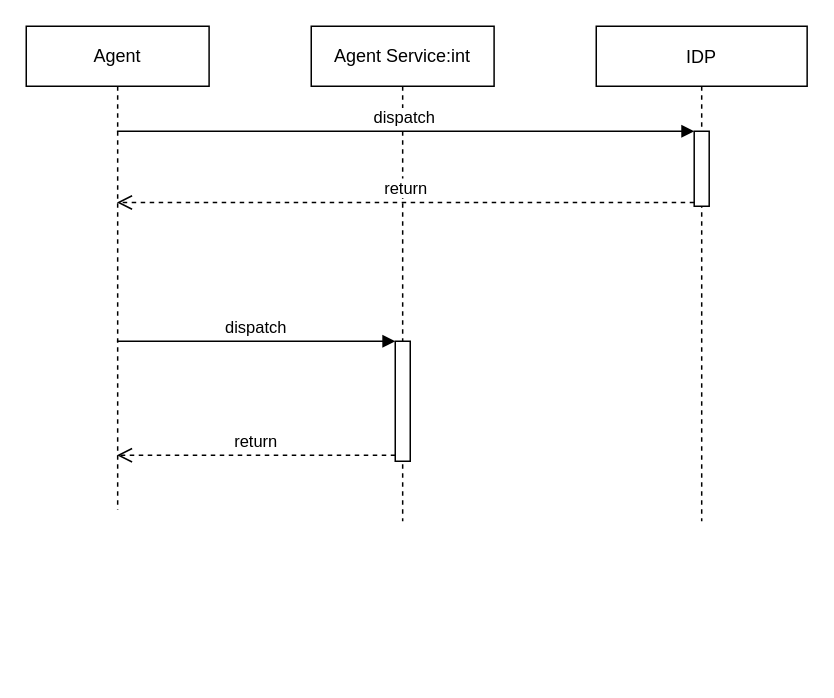
Above: page "Page-4" (4 of 4) of drawio/SASEONE Diagram.drawio in yubowen0525/ImageStorage (draw.io), before the change. Source tidied: cells renumbered, new cells numbered last; positions are measured from the earlier drawing's top-left corner, leaving out a move shared by most shapes. Both pictures are drawn from the tidied source at 150%, with x=0, y=0 at pixel (26, 26).
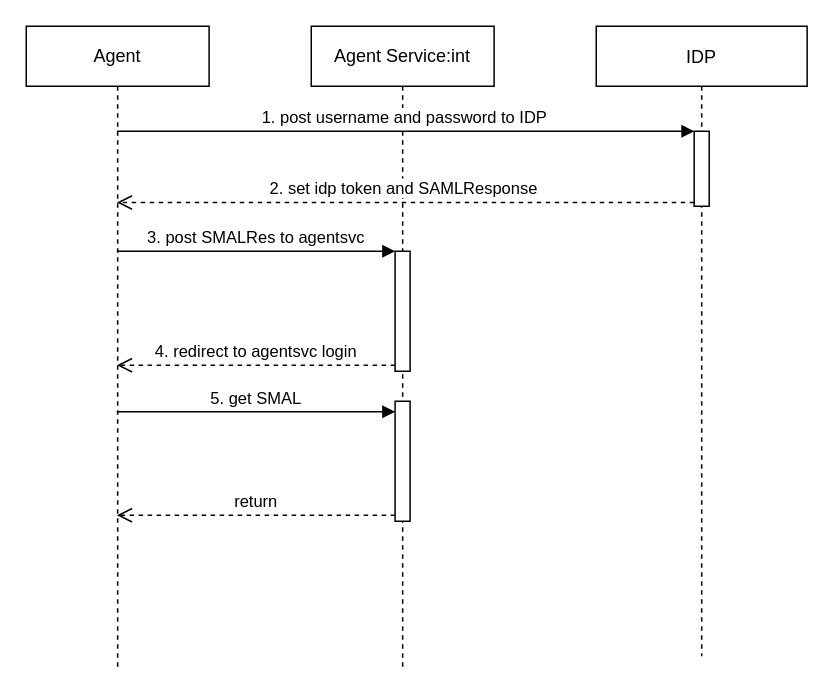
The same diagram, later.

Diff of the diagram source:
```diff
@@
 <mxGraphModel>
   <root>
     <mxCell id="0" />
     <mxCell id="1" parent="0" />
     <mxCell id="2" value="Agent" style="shape=umlLifeline;perimeter=lifelinePerimeter;whiteSpace=wrap;html=1;outlineConnect=0;" parent="1" vertex="1">
-      <mxGeometry width="121.9" height="322.3" as="geometry" />
+      <mxGeometry width="121.9" height="430" as="geometry" />
     </mxCell>
     <mxCell id="3" value="IDP" style="shape=umlLifeline;perimeter=lifelinePerimeter;rounded=0;shadow=0;strokeWidth=1;" parent="1" vertex="1">
-      <mxGeometry x="380" width="140.6" height="330" as="geometry" />
+      <mxGeometry x="380" width="140.6" height="420" as="geometry" />
     </mxCell>
     <mxCell id="4" style="html=1;points=[];perimeter=orthogonalPerimeter;" parent="3" vertex="1">
       <mxGeometry x="65.3" y="70" width="10" height="50" as="geometry" />
     </mxCell>
     <mxCell id="5" value="Agent Service:int" style="shape=umlLifeline;perimeter=lifelinePerimeter;whiteSpace=wrap;html=1;" parent="1" vertex="1">
-      <mxGeometry x="190" width="121.9" height="330" as="geometry" />
+      <mxGeometry x="190" width="121.9" height="430" as="geometry" />
     </mxCell>
     <mxCell id="6" style="html=1;points=[];perimeter=orthogonalPerimeter;" parent="1" vertex="1">
-      <mxGeometry x="246" y="210" width="10" height="80" as="geometry" />
+      <mxGeometry x="245.9" y="150" width="10" height="80" as="geometry" />
     </mxCell>
-    <mxCell id="7" value="dispatch" style="html=1;verticalAlign=bottom;endArrow=block;entryX=0;entryY=0;" parent="1" edge="1" source="2" target="6">
+    <mxCell id="7" value="3. post SMALRes to agentsvc" style="html=1;verticalAlign=bottom;endArrow=block;entryX=0;entryY=0;" parent="1" edge="1" source="2" target="6">
       <mxGeometry relative="1" as="geometry" />
     </mxCell>
-    <mxCell id="8" value="return" style="html=1;verticalAlign=bottom;endArrow=open;dashed=1;endSize=8;exitX=0;exitY=0.95;" parent="1" edge="1" source="6" target="2">
+    <mxCell id="8" value="4. redirect to agentsvc login" style="html=1;verticalAlign=bottom;endArrow=open;dashed=1;endSize=8;exitX=0;exitY=0.95;" parent="1" edge="1" source="6" target="2">
       <mxGeometry relative="1" as="geometry" />
     </mxCell>
-    <mxCell id="9" value="dispatch" style="html=1;verticalAlign=bottom;endArrow=block;entryX=0;entryY=0;" parent="1" edge="1" source="2" target="4">
+    <mxCell id="9" value="1. post username and password to IDP" style="html=1;verticalAlign=bottom;endArrow=block;entryX=0;entryY=0;" parent="1" edge="1" source="2" target="4">
       <mxGeometry relative="1" as="geometry" />
     </mxCell>
-    <mxCell id="10" value="return" style="html=1;verticalAlign=bottom;endArrow=open;dashed=1;endSize=8;exitX=0;exitY=0.95;" parent="1" edge="1" source="4" target="2">
+    <mxCell id="10" value="2. set idp token and SAMLResponse&amp;nbsp;" style="html=1;verticalAlign=bottom;endArrow=open;dashed=1;endSize=8;exitX=0;exitY=0.95;" parent="1" edge="1" source="4" target="2">
       <mxGeometry relative="1" as="geometry" />
     </mxCell>
+    <mxCell id="11" style="html=1;points=[];perimeter=orthogonalPerimeter;" parent="1" vertex="1">
+      <mxGeometry x="245.9" y="250" width="10" height="80" as="geometry" />
+    </mxCell>
+    <mxCell id="12" value="5. get SMAL" style="html=1;verticalAlign=bottom;endArrow=block;entryX=0;entryY=0;" parent="1" edge="1">
+      <mxGeometry relative="1" as="geometry">
+        <mxPoint x="60.4" y="257" as="sourcePoint" />
+        <mxPoint x="245.9" y="257" as="targetPoint" />
+      </mxGeometry>
+    </mxCell>
+    <mxCell id="13" value="return" style="html=1;verticalAlign=bottom;endArrow=open;dashed=1;endSize=8;exitX=0;exitY=0.95;" parent="1" edge="1" source="11" target="2">
+      <mxGeometry relative="1" as="geometry" />
+    </mxCell>
   </root>
 </mxGraphModel>
```
